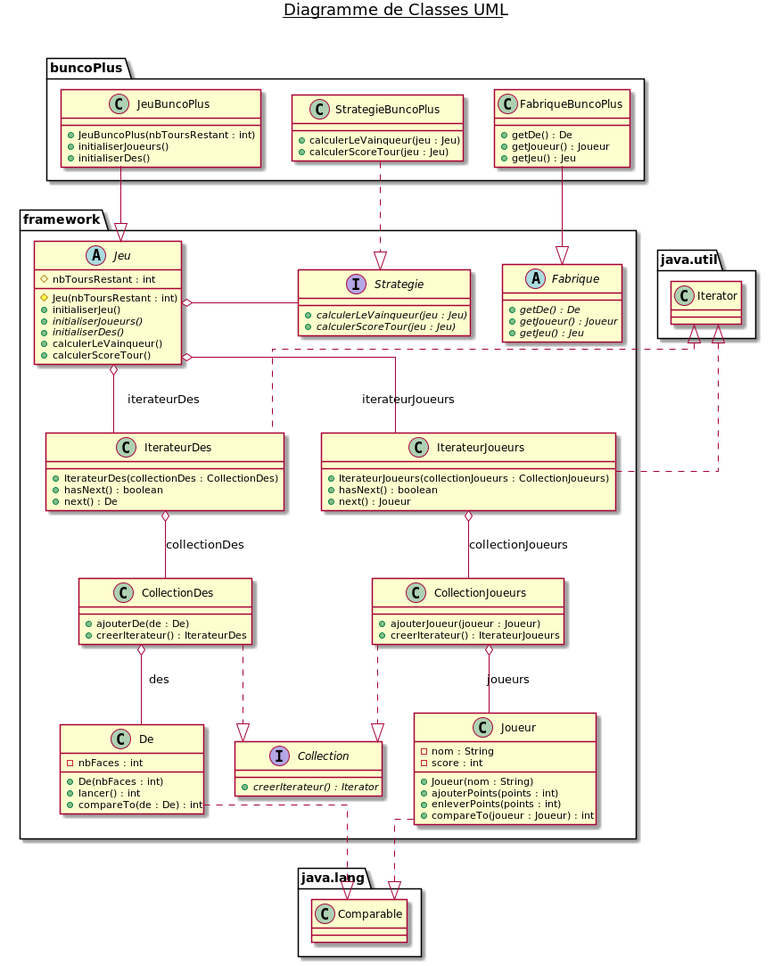
The PlantUML diagram rapport/diagramme_classes.png in ucostantini/laboratoire2, before a commit. Source of this version:
```plantuml
@startuml
skinparam linetype ortho
title __Diagramme de Classes UML__\n

    namespace framework {
        interface framework.Collection {
            + {abstract} creerIterateur() : Iterator
        }
      }

  namespace framework {
    class framework.CollectionDes {
        + ajouterDe(de : De)
        + creerIterateur() : IterateurDes
    }
  }

framework.CollectionDes ..|> framework.Collection
  framework.CollectionDes o-- framework.De : des


  namespace framework {
    class framework.CollectionJoueurs {
        + ajouterJoueur(joueur : Joueur)
        + creerIterateur() : IterateurJoueurs
    }
  }

framework.CollectionJoueurs .right.|> framework.Collection
  framework.CollectionJoueurs o-- framework.Joueur : joueurs

  namespace framework {
    class framework.De {
        - nbFaces : int
        + De(nbFaces : int)
        + lancer() : int
        + compareTo(de : De) : int
    }
  }


  namespace framework {
    class framework.IterateurDes {
        + IterateurDes(collectionDes : CollectionDes)
        + hasNext() : boolean
        + next() : De
    }
  }

  framework.IterateurDes o-- framework.CollectionDes : collectionDes

  namespace framework {
    class framework.IterateurJoueurs {
        + IterateurJoueurs(collectionJoueurs : CollectionJoueurs)
        + hasNext() : boolean
        + next() : Joueur
    }
  }

  framework.IterateurJoueurs o-- framework.CollectionJoueurs : collectionJoueurs


  namespace framework {
    abstract class framework.Jeu {
        # nbToursRestant : int
        # Jeu(nbToursRestant : int)
        + initialiserJeu()
        + {abstract} initialiserJoueurs()
        + {abstract} initialiserDes()
        + calculerLeVainqueur()
        + calculerScoreTour()
    }
  }

  framework.Jeu o-right- framework.Strategie : strategieScore
  framework.Jeu o-- framework.IterateurJoueurs : iterateurJoueurs
  framework.Jeu o-- framework.IterateurDes : iterateurDes


  namespace framework {
    class framework.Joueur {
        - nom : String
        - score : int
        + Joueur(nom : String)
        + ajouterPoints(points : int)
        + enleverPoints(points : int)
        + compareTo(joueur : Joueur) : int
    }
  }


  namespace framework {
    interface framework.Strategie {
        {abstract} + calculerLeVainqueur(jeu : Jeu)
        {abstract} + calculerScoreTour(jeu : Jeu)
    }
  }

  namespace framework {
      abstract class framework.Fabrique {
          {abstract} + getDe() : De
          {abstract} + getJoueur() : Joueur
          {abstract} + getJeu() : Jeu
      }
    }


  framework.De ..|> java.lang.Comparable
  framework.IterateurDes .up.|> java.util.Iterator
  framework.IterateurJoueurs .left.|> java.util.Iterator
  framework.Joueur ..|> java.lang.Comparable

  namespace buncoPlus {
    class buncoPlus.JeuBuncoPlus {
        + JeuBuncoPlus(nbToursRestant : int)
        + initialiserJoueurs()
        + initialiserDes()
    }
  }

  namespace buncoPlus {
      class buncoPlus.StrategieBuncoPlus {
          + calculerLeVainqueur(jeu : Jeu)
          + calculerScoreTour(jeu : Jeu)
      }
  }

    namespace buncoPlus {
        class buncoPlus.FabriqueBuncoPlus {
            + getDe() : De
            + getJoueur() : Joueur
            + getJeu() : Jeu
        }
      }

  buncoPlus.JeuBuncoPlus --|> framework.Jeu
  buncoPlus.StrategieBuncoPlus ..|> framework.Strategie
  buncoPlus.FabriqueBuncoPlus --|> framework.Fabrique

@enduml
```
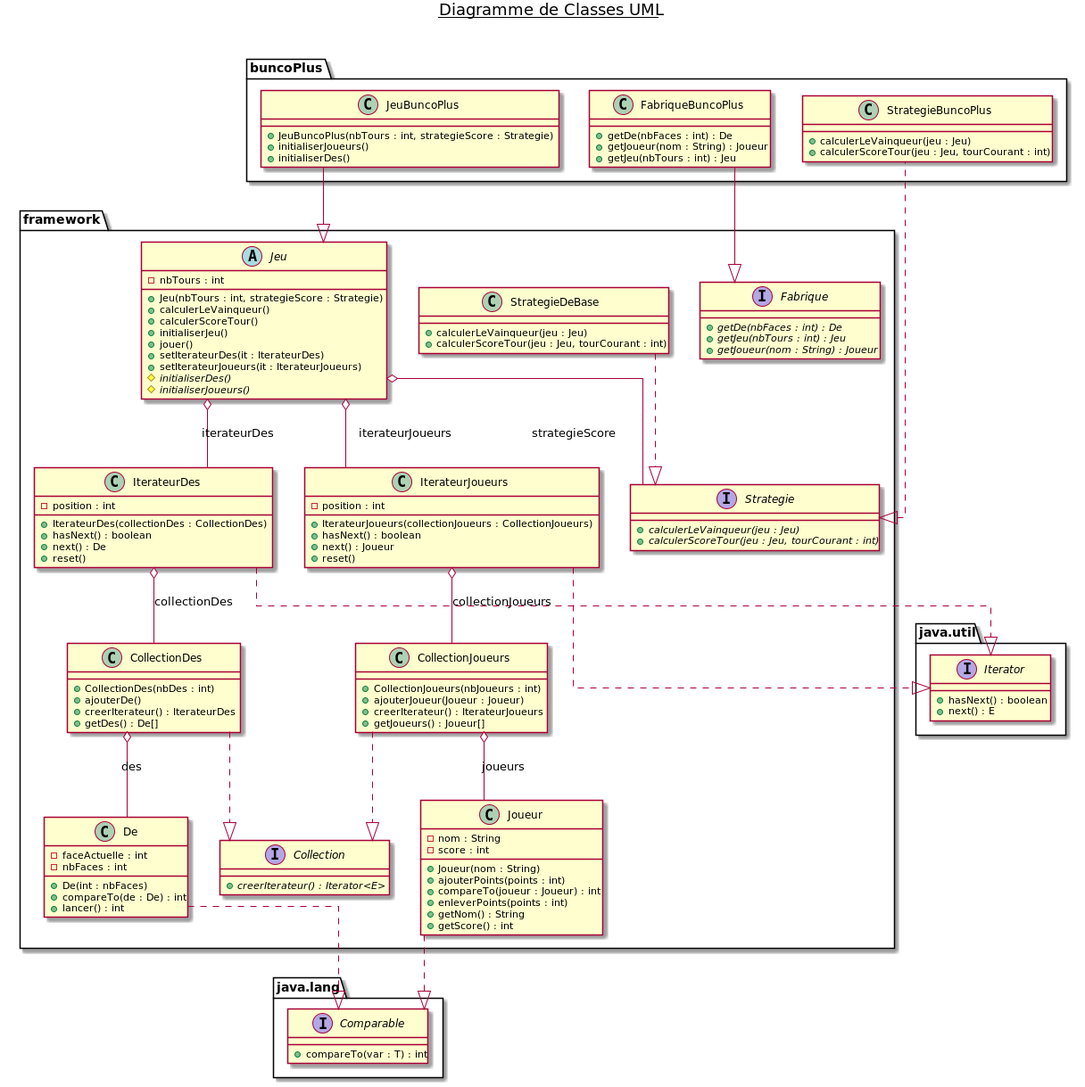
The same file after the commit.

Commit message:
diagramme de classes v2

The edit, as a diff of the source:
```diff
@@ -1,80 +1,91 @@
 @startuml
+
 skinparam linetype ortho
 title __Diagramme de Classes UML__\n
 
-    namespace framework {
-        interface framework.Collection {
-            + {abstract} creerIterateur() : Iterator
-        }
-      }
+  namespace framework {
+    interface framework.Collection {
+        {abstract} + creerIterateur() : Iterator<E>
+    }
+  }
+
 
   namespace framework {
     class framework.CollectionDes {
-        + ajouterDe(de : De)
+        + CollectionDes(nbDes : int)
+        + ajouterDe()
         + creerIterateur() : IterateurDes
+        + getDes() : De[]
     }
   }
-
-framework.CollectionDes ..|> framework.Collection
-  framework.CollectionDes o-- framework.De : des
 
 
   namespace framework {
     class framework.CollectionJoueurs {
-        + ajouterJoueur(joueur : Joueur)
+        + CollectionJoueurs(nbJoueurs : int)
+        + ajouterJoueur(Joueur : Joueur)
         + creerIterateur() : IterateurJoueurs
+        + getJoueurs() : Joueur[]
     }
   }
 
-framework.CollectionJoueurs .right.|> framework.Collection
-  framework.CollectionJoueurs o-- framework.Joueur : joueurs
 
   namespace framework {
     class framework.De {
+        - faceActuelle : int
         - nbFaces : int
-        + De(nbFaces : int)
+        + De(int : nbFaces)
+        + compareTo(de : De) : int
         + lancer() : int
-        + compareTo(de : De) : int
+    }
+  }
+
+
+  namespace framework {
+    interface framework.Fabrique {
+        {abstract} + getDe(nbFaces : int) : De
+        {abstract} + getJeu(nbTours : int) : Jeu
+        {abstract} + getJoueur(nom : String) : Joueur
     }
   }
 
 
   namespace framework {
     class framework.IterateurDes {
+        - position : int
         + IterateurDes(collectionDes : CollectionDes)
         + hasNext() : boolean
         + next() : De
+        + reset()
     }
   }
 
-  framework.IterateurDes o-- framework.CollectionDes : collectionDes
 
   namespace framework {
     class framework.IterateurJoueurs {
+        - position : int
         + IterateurJoueurs(collectionJoueurs : CollectionJoueurs)
         + hasNext() : boolean
         + next() : Joueur
+        + reset()
     }
   }
-
-  framework.IterateurJoueurs o-- framework.CollectionJoueurs : collectionJoueurs
 
 
   namespace framework {
     abstract class framework.Jeu {
-        # nbToursRestant : int
-        # Jeu(nbToursRestant : int)
-        + initialiserJeu()
-        + {abstract} initialiserJoueurs()
-        + {abstract} initialiserDes()
+        - nbTours : int
+        + Jeu(nbTours : int, strategieScore : Strategie)
         + calculerLeVainqueur()
         + calculerScoreTour()
+        + initialiserJeu()
+        + jouer()
+        + setIterateurDes(it : IterateurDes)
+        + setIterateurJoueurs(it : IterateurJoueurs)
+        {abstract} # initialiserDes()
+        {abstract} # initialiserJoueurs()
     }
   }
-
-  framework.Jeu o-right- framework.Strategie : strategieScore
-  framework.Jeu o-- framework.IterateurJoueurs : iterateurJoueurs
-  framework.Jeu o-- framework.IterateurDes : iterateurDes
 
 
   namespace framework {
@@ -83,8 +94,10 @@
         - score : int
         + Joueur(nom : String)
         + ajouterPoints(points : int)
+        + compareTo(joueur : Joueur) : int
         + enleverPoints(points : int)
-        + compareTo(joueur : Joueur) : int
+        + getNom() : String
+        + getScore() : int
     }
   }
 
@@ -92,49 +105,75 @@
   namespace framework {
     interface framework.Strategie {
         {abstract} + calculerLeVainqueur(jeu : Jeu)
-        {abstract} + calculerScoreTour(jeu : Jeu)
+        {abstract} + calculerScoreTour(jeu : Jeu, tourCourant : int)
     }
   }
 
-  namespace framework {
-      abstract class framework.Fabrique {
-          {abstract} + getDe() : De
-          {abstract} + getJoueur() : Joueur
-          {abstract} + getJeu() : Jeu
+    namespace framework {
+      class framework.StrategieDeBase {
+          + calculerLeVainqueur(jeu : Jeu)
+          + calculerScoreTour(jeu : Jeu, tourCourant : int)
       }
     }
 
-
-  framework.De ..|> java.lang.Comparable
-  framework.IterateurDes .up.|> java.util.Iterator
-  framework.IterateurJoueurs .left.|> java.util.Iterator
-  framework.Joueur ..|> java.lang.Comparable
-
-  namespace buncoPlus {
-    class buncoPlus.JeuBuncoPlus {
-        + JeuBuncoPlus(nbToursRestant : int)
-        + initialiserJoueurs()
-        + initialiserDes()
+    namespace buncoPlus {
+      class buncoPlus.JeuBuncoPlus {
+          + JeuBuncoPlus(nbTours : int, strategieScore : Strategie)
+          + initialiserJoueurs()
+          + initialiserDes()
+      }
     }
-  }
-
-  namespace buncoPlus {
-      class buncoPlus.StrategieBuncoPlus {
-          + calculerLeVainqueur(jeu : Jeu)
-          + calculerScoreTour(jeu : Jeu)
-      }
-  }
 
     namespace buncoPlus {
-        class buncoPlus.FabriqueBuncoPlus {
-            + getDe() : De
-            + getJoueur() : Joueur
-            + getJeu() : Jeu
+        class buncoPlus.StrategieBuncoPlus {
+            + calculerLeVainqueur(jeu : Jeu)
+            + calculerScoreTour(jeu : Jeu, tourCourant : int)
         }
-      }
+    }
+
+      namespace buncoPlus {
+          class buncoPlus.FabriqueBuncoPlus {
+              + getDe(nbFaces : int) : De
+              + getJoueur(nom : String) : Joueur
+              + getJeu(nbTours : int) : Jeu
+          }
+        }
+
+
+        namespace java.util {
+        interface java.util.Iterator {
+        + hasNext() : boolean
+        + next() : E
+        }
+        }
+
+        namespace java.lang {
+                interface java.lang.Comparable {
+                + compareTo(var : T) : int
+                }
+                }
+
 
   buncoPlus.JeuBuncoPlus --|> framework.Jeu
-  buncoPlus.StrategieBuncoPlus ..|> framework.Strategie
+  framework.Strategie <|.. buncoPlus.StrategieBuncoPlus
   buncoPlus.FabriqueBuncoPlus --|> framework.Fabrique
 
+  framework.StrategieDeBase ..|> framework.Strategie
+    framework.De ..|> java.lang.Comparable
+    framework.IterateurDes ..|> java.util.Iterator
+    framework.IterateurJoueurs ..|> java.util.Iterator
+    framework.Joueur ..|> java.lang.Comparable
+      framework.Jeu o-- framework.Strategie : strategieScore
+      framework.Jeu o-- framework.IterateurJoueurs : iterateurJoueurs
+      framework.Jeu o-- framework.IterateurDes : iterateurDes
+        framework.IterateurJoueurs o-- framework.CollectionJoueurs : collectionJoueurs
+          framework.IterateurDes o-- framework.CollectionDes : collectionDes
+
+framework.CollectionJoueurs ..|> framework.Collection
+  framework.CollectionJoueurs o-- framework.Joueur : joueurs
+  framework.CollectionDes ..|> framework.Collection
+    framework.CollectionDes o-- framework.De : des
+
+
+
 @enduml
```
